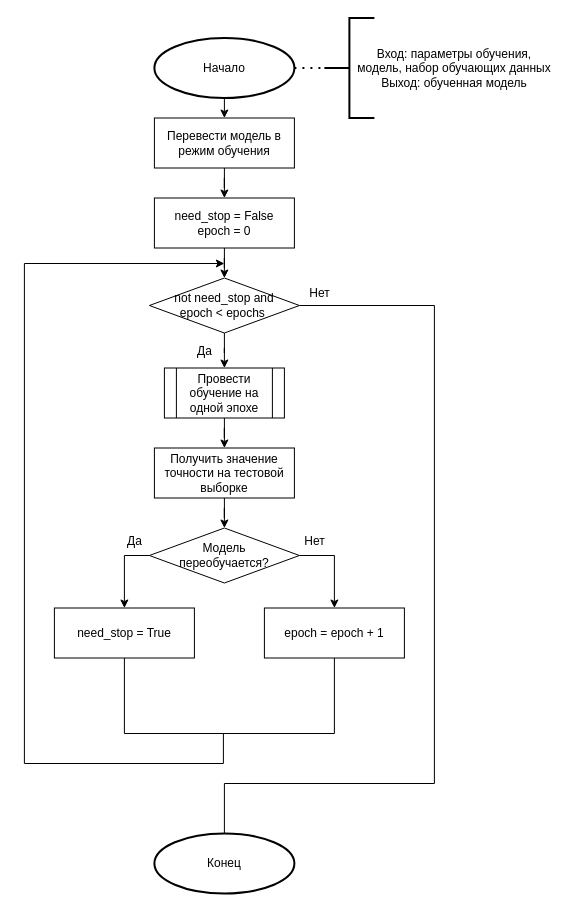
The draw.io diagram page "Page-2" (1 of 2) of report/inc/img/training_schemes.drawio in maxerMU/bachelor_diploma, before the edit. Source tidied: cells renumbered, new cells numbered last; positions are measured from the earlier drawing's top-left corner, leaving out a move shared by most shapes. Both pictures are drawn from the tidied source at 100%, with x=0, y=0 at pixel (24, 17).
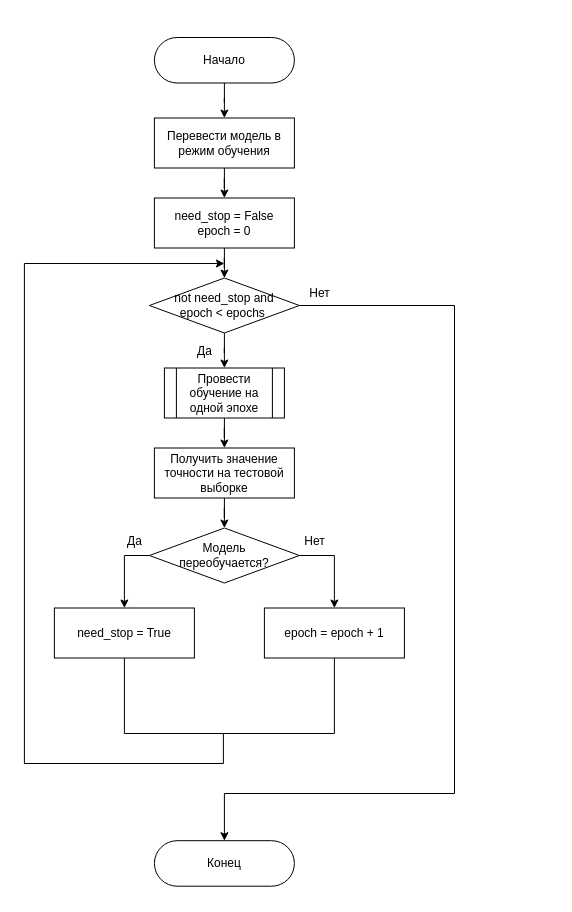
After the change.

The change refers to these unchanged cells:
```xml
<mxCell id="7" value="Перевести модель в режим обучения" style="rounded=0;whiteSpace=wrap;html=1;" parent="1" vertex="1">
  <mxGeometry x="129.9" y="100.5" width="140" height="50" as="geometry" />
</mxCell>
<mxCell id="12" value="not need_stop and&lt;br&gt;epoch &amp;lt; epochs&amp;nbsp;" style="rhombus;whiteSpace=wrap;html=1;" parent="1" vertex="1">
  <mxGeometry x="124.9" y="260.5" width="150" height="55" as="geometry" />
</mxCell>
```

The edit, as a diff of the source:
```diff
@@
-    <mxCell id="2" value="Начало" style="strokeWidth=2;html=1;shape=mxgraph.flowchart.start_1;whiteSpace=wrap;" parent="1" vertex="1">
-      <mxGeometry x="129.9" y="20.5" width="140" height="60" as="geometry" />
-    </mxCell>
-    <mxCell id="3" style="endArrow=none;dashed=1;html=1;dashPattern=1 3;strokeWidth=2;rounded=0;exitX=1;exitY=0.5;exitDx=0;exitDy=0;exitPerimeter=0;entryX=0;entryY=0.5;entryDx=0;entryDy=0;entryPerimeter=0;" parent="1" edge="1" source="2" target="4">
-      <mxGeometry relative="1" as="geometry" />
-    </mxCell>
-    <mxCell id="4" style="strokeWidth=2;html=1;shape=mxgraph.flowchart.annotation_2;align=left;labelPosition=right;" parent="1" vertex="1">
-      <mxGeometry x="299.9" y="0.5" width="50" height="100" as="geometry" />
-    </mxCell>
-    <mxCell id="5" value="Вход: параметры обучения, модель, набор обучающих данных&lt;br&gt;Выход:&amp;nbsp;обученная модель" style="text;html=1;strokeColor=none;fillColor=none;align=center;verticalAlign=middle;whiteSpace=wrap;rounded=0;" parent="1" vertex="1">
-      <mxGeometry x="329.9" y="35.5" width="200" height="30" as="geometry" />
-    </mxCell>
@@
-    <mxCell id="8" style="endArrow=classic;html=1;rounded=0;exitX=0.5;exitY=1;exitDx=0;exitDy=0;exitPerimeter=0;entryX=0.5;entryY=0;entryDx=0;entryDy=0;" parent="1" edge="1" source="2" target="7">
-      <mxGeometry relative="1" as="geometry" />
-    </mxCell>
@@
+    <mxCell id="31" value="Нет" style="text;html=1;align=center;verticalAlign=middle;strokeColor=none;fillColor=none;" parent="1" vertex="1">
+      <mxGeometry x="274.9" y="260.5" width="40" height="30" as="geometry" />
+    </mxCell>
+    <mxCell id="8" style="edgeStyle=orthogonalEdgeStyle;rounded=0;jettySize=auto;html=1;entryX=0.5;entryY=0;entryDx=0;entryDy=0;" parent="1" edge="1" source="2" target="7">
+      <mxGeometry relative="1" as="geometry" />
+    </mxCell>
+    <mxCell id="2" value="Начало" style="rounded=1;whiteSpace=wrap;html=1;arcSize=50;" parent="1" vertex="1">
+      <mxGeometry x="129.9" y="20" width="140" height="45.5" as="geometry" />
+    </mxCell>
-    <mxCell id="29" value="Конец" style="strokeWidth=2;html=1;shape=mxgraph.flowchart.start_1;whiteSpace=wrap;" parent="1" vertex="1">
-      <mxGeometry x="129.9" y="816" width="140" height="60" as="geometry" />
+    <mxCell id="29" value="Конец" style="rounded=1;whiteSpace=wrap;html=1;arcSize=50;" parent="1" vertex="1">
+      <mxGeometry x="129.9" y="823.2" width="140" height="45.5" as="geometry" />
     </mxCell>
-    <mxCell id="30" style="endArrow=none;html=1;rounded=0;exitX=1;exitY=0.5;exitDx=0;exitDy=0;entryX=0.5;entryY=0;entryDx=0;entryDy=0;entryPerimeter=0;edgeStyle=orthogonalEdgeStyle;" parent="1" edge="1" source="12" target="29">
+    <mxCell id="30" style="endArrow=classic;html=1;rounded=0;exitX=1;exitY=0.5;exitDx=0;exitDy=0;entryX=0.5;entryY=0;entryDx=0;entryDy=0;edgeStyle=orthogonalEdgeStyle;" parent="1" edge="1" source="12" target="29">
       <mxGeometry relative="1" as="geometry">
         <Array as="points">
-          <mxPoint x="409.9" y="288" />
-          <mxPoint x="409.9" y="766" />
-          <mxPoint x="199.9" y="766" />
-          <mxPoint x="199.9" y="816" />
+          <mxPoint x="430" y="288" />
+          <mxPoint x="430" y="776" />
+          <mxPoint x="200" y="776" />
         </Array>
       </mxGeometry>
     </mxCell>
-    <mxCell id="31" value="Нет" style="text;html=1;align=center;verticalAlign=middle;strokeColor=none;fillColor=none;" parent="1" vertex="1">
-      <mxGeometry x="274.9" y="260.5" width="40" height="30" as="geometry" />
-    </mxCell>
```
